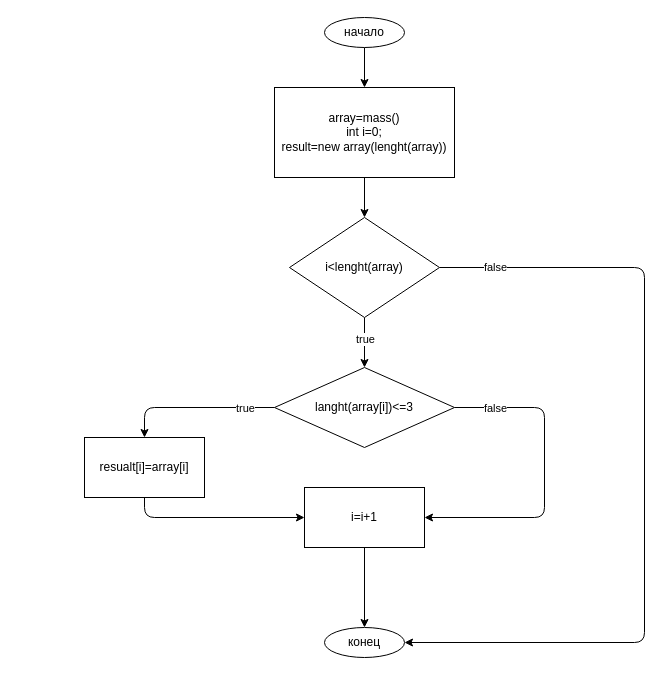
The draw.io diagram algoritm.drawio in DanilaPestov/KontrolnayaRabotaBlok1, before the edit. Source tidied: cells renumbered, new cells numbered last; positions are measured from the earlier drawing's top-left corner, leaving out a move shared by most shapes. Both pictures are drawn from the tidied source at 100%, with x=0, y=0 at pixel (84, 17).
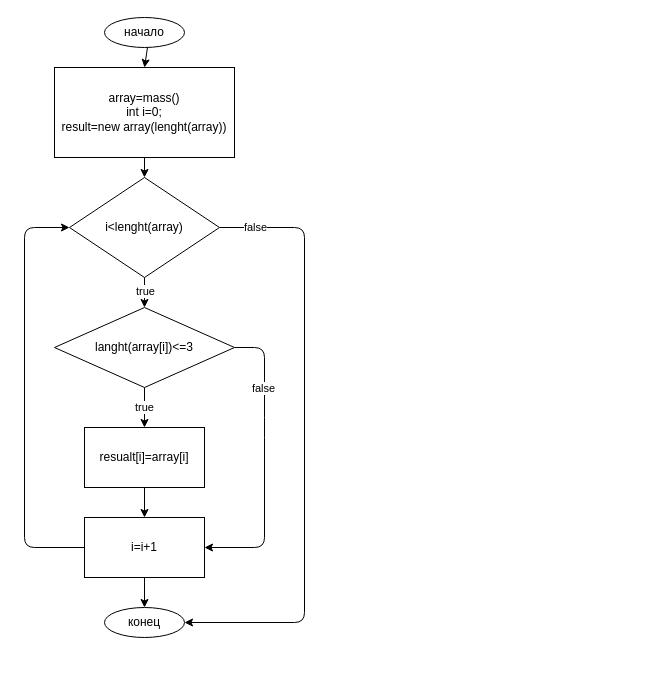
After the change.

What changed in the source:
```diff
@@
     <mxCell id="3" value="начало" style="ellipse;whiteSpace=wrap;html=1;" parent="1" vertex="1">
-      <mxGeometry x="240" width="80" height="30" as="geometry" />
+      <mxGeometry x="20" width="80" height="30" as="geometry" />
     </mxCell>
@@
     <mxCell id="5" value="array=mass()&lt;br&gt;int i=0;&lt;br&gt;result=new array(lenght(array))" style="rounded=0;whiteSpace=wrap;html=1;" parent="1" vertex="1">
-      <mxGeometry x="190" y="70" width="180" height="90" as="geometry" />
+      <mxGeometry x="-30" y="50" width="180" height="90" as="geometry" />
     </mxCell>
@@
     <mxCell id="8" style="edgeStyle=none;html=1;" parent="1" edge="1" source="10" target="16">
       <mxGeometry relative="1" as="geometry">
         <Array as="points">
-          <mxPoint x="560" y="250" />
-          <mxPoint x="560" y="625" />
+          <mxPoint x="220" y="210" />
+          <mxPoint x="220" y="605" />
         </Array>
       </mxGeometry>
     </mxCell>
     <mxCell id="9" value="false" style="edgeLabel;html=1;align=center;verticalAlign=middle;" parent="8" vertex="1">
       <mxGeometry x="-0.01" y="1" relative="1" as="geometry">
-        <mxPoint x="-151" y="-202" as="offset" />
+        <mxPoint x="-51" y="-213" as="offset" />
       </mxGeometry>
     </mxCell>
     <mxCell id="10" value="i&amp;lt;lenght(array)" style="rhombus;whiteSpace=wrap;html=1;rounded=0;" parent="1" vertex="1">
-      <mxGeometry x="205" y="200" width="150" height="100" as="geometry" />
+      <mxGeometry x="-15" y="160" width="150" height="100" as="geometry" />
     </mxCell>
-    <mxCell id="11" style="edgeStyle=none;html=1;" parent="1" edge="1" source="15" target="18">
-      <mxGeometry relative="1" as="geometry">
-        <Array as="points">
-          <mxPoint x="60" y="390" />
-        </Array>
-      </mxGeometry>
-    </mxCell>
-    <mxCell id="12" value="true" style="edgeLabel;html=1;align=center;verticalAlign=middle;" parent="11" vertex="1">
-      <mxGeometry y="1" relative="1" as="geometry">
-        <mxPoint x="50" y="-1" as="offset" />
-      </mxGeometry>
-    </mxCell>
     <mxCell id="13" style="edgeStyle=none;html=1;" parent="1" edge="1" source="15" target="20">
       <mxGeometry relative="1" as="geometry">
         <Array as="points">
-          <mxPoint x="460" y="390" />
-          <mxPoint x="460" y="500" />
+          <mxPoint x="180" y="330" />
+          <mxPoint x="180" y="410" />
+          <mxPoint x="180" y="530" />
         </Array>
       </mxGeometry>
     </mxCell>
     <mxCell id="14" value="false" style="edgeLabel;html=1;align=center;verticalAlign=middle;" parent="13" vertex="1">
       <mxGeometry x="-0.74" relative="1" as="geometry">
-        <mxPoint x="-2" as="offset" />
+        <mxPoint x="-2" y="32" as="offset" />
       </mxGeometry>
     </mxCell>
+    <mxCell id="12" value="true" style="edgeStyle=none;html=1;entryX=0.5;entryY=0;entryDx=0;entryDy=0;" parent="1" edge="1" source="15" target="18">
+      <mxGeometry relative="1" as="geometry" />
+    </mxCell>
     <mxCell id="15" value="langht(array[i])&amp;lt;=3" style="rhombus;whiteSpace=wrap;html=1;rounded=0;" parent="1" vertex="1">
-      <mxGeometry x="190" y="350" width="180" height="80" as="geometry" />
+      <mxGeometry x="-30" y="290" width="180" height="80" as="geometry" />
     </mxCell>
     <mxCell id="16" value="конец" style="ellipse;whiteSpace=wrap;html=1;rounded=0;" parent="1" vertex="1">
-      <mxGeometry x="240" y="610" width="80" height="30" as="geometry" />
+      <mxGeometry x="20" y="590" width="80" height="30" as="geometry" />
     </mxCell>
-    <mxCell id="17" style="edgeStyle=none;html=1;" parent="1" edge="1" source="18" target="20">
-      <mxGeometry relative="1" as="geometry">
-        <Array as="points">
-          <mxPoint x="60" y="500" />
-        </Array>
-      </mxGeometry>
+    <mxCell id="17" style="edgeStyle=none;html=1;entryX=0.5;entryY=0;entryDx=0;entryDy=0;" parent="1" edge="1" source="18" target="20">
+      <mxGeometry relative="1" as="geometry" />
     </mxCell>
     <mxCell id="18" value="resualt[i]=array[i]" style="whiteSpace=wrap;html=1;rounded=0;" parent="1" vertex="1">
-      <mxGeometry y="420" width="120" height="60" as="geometry" />
+      <mxGeometry y="410" width="120" height="60" as="geometry" />
     </mxCell>
@@
+    <mxCell id="21" style="edgeStyle=none;html=1;entryX=0;entryY=0.5;entryDx=0;entryDy=0;" parent="1" edge="1" source="20" target="10">
+      <mxGeometry relative="1" as="geometry">
+        <Array as="points">
+          <mxPoint x="-60" y="530" />
+          <mxPoint x="-60" y="210" />
+        </Array>
+      </mxGeometry>
+    </mxCell>
     <mxCell id="20" value="i=i+1" style="whiteSpace=wrap;html=1;rounded=0;" parent="1" vertex="1">
-      <mxGeometry x="220" y="470" width="120" height="60" as="geometry" />
+      <mxGeometry y="500" width="120" height="60" as="geometry" />
     </mxCell>
```
